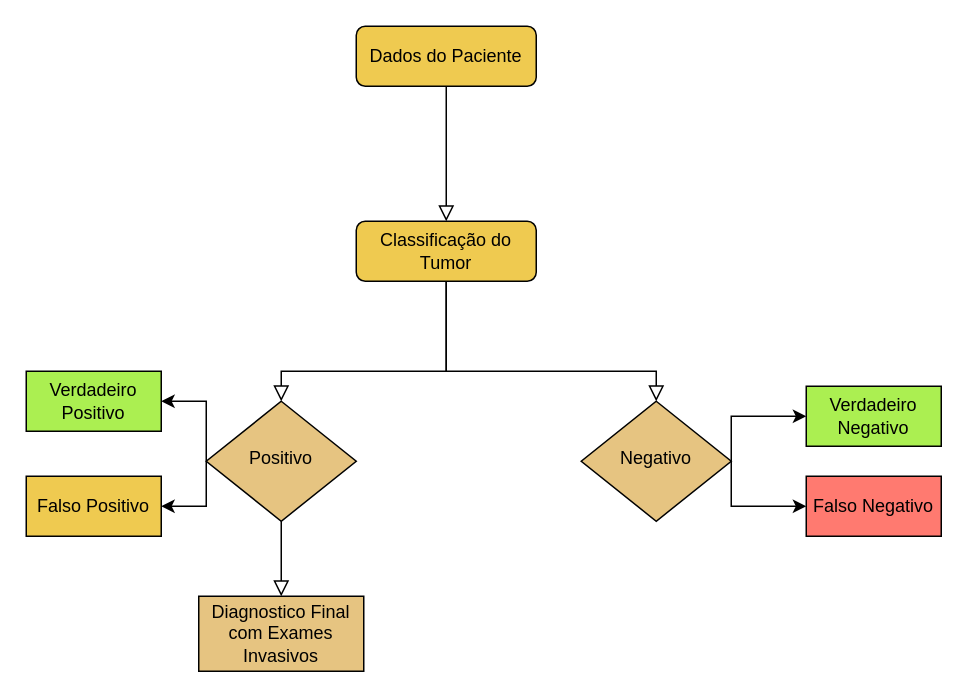
This is figs/diag_fp_fn.drawio from Gustavo039/cancer_classification_book, a draw.io file, before an edit. Source tidied: cells renumbered, new cells numbered last; positions are measured from the earlier drawing's top-left corner, leaving out a move shared by most shapes. Both pictures are drawn from the tidied source at 150%, with x=0, y=0 at pixel (26, 26).
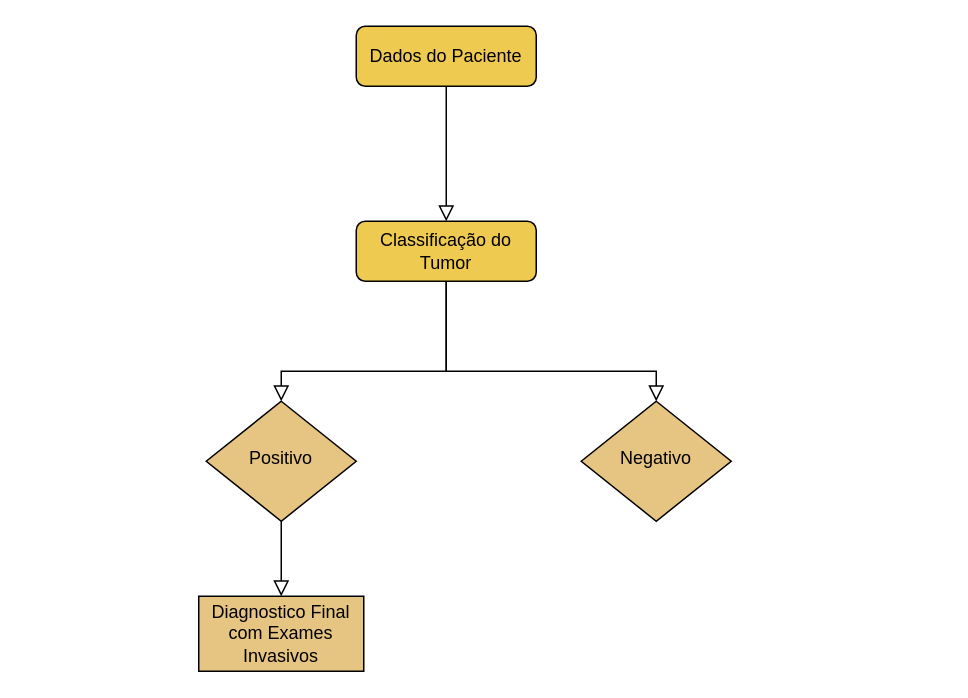
Above is the later version.

Unchanged cells that the change refers to:
```xml
<mxCell id="4" value="Positivo" style="rhombus;whiteSpace=wrap;html=1;shadow=0;fontFamily=Helvetica;fontSize=12;align=center;strokeWidth=1;spacing=6;spacingTop=-4;fillColor=#E6C481;" parent="1" vertex="1">
  <mxGeometry x="120" y="250" width="100" height="80" as="geometry" />
</mxCell>
<mxCell id="7" value="Negativo" style="rhombus;whiteSpace=wrap;html=1;shadow=0;fontFamily=Helvetica;fontSize=12;align=center;strokeWidth=1;spacing=6;spacingTop=-4;fillColor=#E6C481;" parent="1" vertex="1">
  <mxGeometry x="370" y="250" width="100" height="80" as="geometry" />
</mxCell>
```

Change to the diagram source:
```diff
@@
-    <mxCell id="11" value="Verdadeiro Positivo" style="rounded=0;whiteSpace=wrap;html=1;fillColor=#ABEF51;" parent="1" vertex="1">
-      <mxGeometry y="230" width="90" height="40" as="geometry" />
-    </mxCell>
-    <mxCell id="12" value="Falso Positivo" style="rounded=0;whiteSpace=wrap;html=1;fillColor=#EFCA50;" parent="1" vertex="1">
-      <mxGeometry y="300" width="90" height="40" as="geometry" />
-    </mxCell>
-    <mxCell id="13" value="Verdadeiro Negativo" style="rounded=0;whiteSpace=wrap;html=1;fillColor=#ABEF51;" parent="1" vertex="1">
-      <mxGeometry x="520" y="240" width="90" height="40" as="geometry" />
-    </mxCell>
-    <mxCell id="14" value="Falso Negativo" style="rounded=0;whiteSpace=wrap;html=1;fillColor=#FF7A70;" parent="1" vertex="1">
-      <mxGeometry x="520" y="300" width="90" height="40" as="geometry" />
-    </mxCell>
-    <mxCell id="15" style="endArrow=classic;html=1;rounded=0;entryX=1;entryY=0.5;entryDx=0;entryDy=0;exitX=0;exitY=0.5;exitDx=0;exitDy=0;" parent="1" edge="1" source="4" target="11">
-      <mxGeometry relative="1" as="geometry">
-        <Array as="points">
-          <mxPoint x="120" y="250" />
-        </Array>
-      </mxGeometry>
-    </mxCell>
-    <mxCell id="16" style="endArrow=classic;html=1;rounded=0;entryX=1;entryY=0.5;entryDx=0;entryDy=0;" parent="1" edge="1" target="12">
-      <mxGeometry relative="1" as="geometry">
-        <mxPoint x="120" y="290" as="sourcePoint" />
-        <Array as="points">
-          <mxPoint x="120" y="320" />
-        </Array>
-      </mxGeometry>
-    </mxCell>
-    <mxCell id="17" style="endArrow=classic;html=1;rounded=0;exitX=1;exitY=0.5;exitDx=0;exitDy=0;entryX=0;entryY=0.5;entryDx=0;entryDy=0;" parent="1" edge="1" source="7" target="13">
-      <mxGeometry relative="1" as="geometry">
-        <Array as="points">
-          <mxPoint x="470" y="260" />
-        </Array>
-      </mxGeometry>
-    </mxCell>
-    <mxCell id="18" style="endArrow=classic;html=1;rounded=0;exitX=1;exitY=0.5;exitDx=0;exitDy=0;entryX=0;entryY=0.5;entryDx=0;entryDy=0;" parent="1" edge="1" source="7" target="14">
-      <mxGeometry relative="1" as="geometry">
-        <Array as="points">
-          <mxPoint x="470" y="320" />
-        </Array>
-      </mxGeometry>
-    </mxCell>
```
